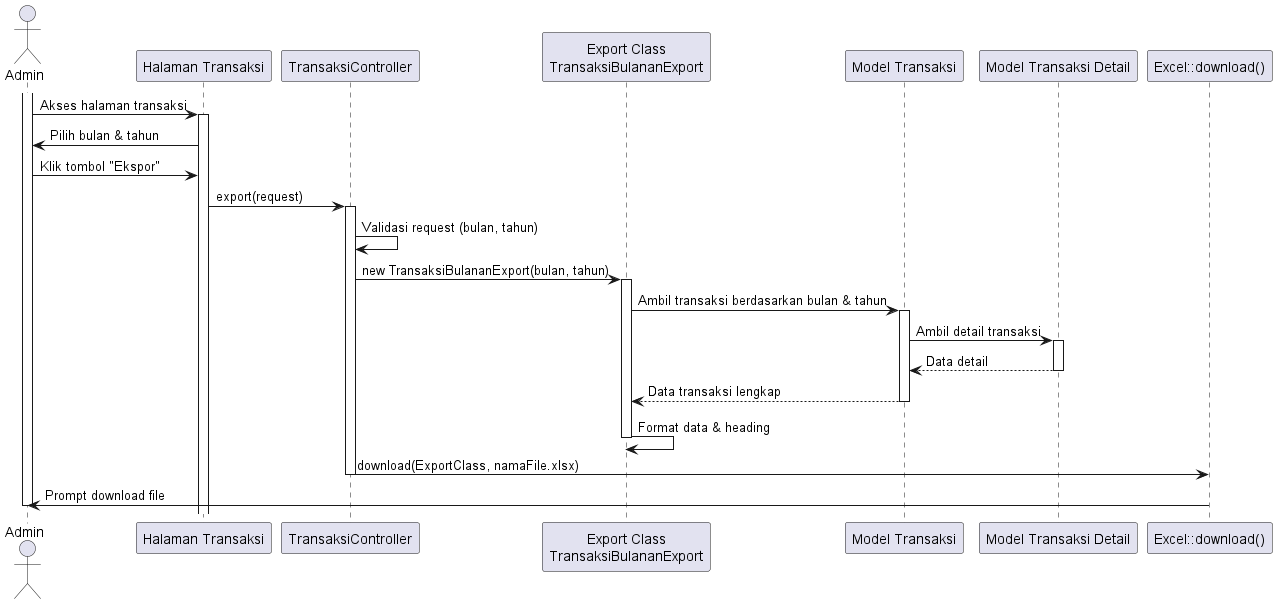
Before: out/sequence diagram/transaksi/mengekstrak_data_transaksi/mengekstrak_data_transaksi.png, a diagram exported from PlantUML (tengahcang/UML_TA). Source of this version:
```plantuml
@startuml
actor Admin

participant "Halaman Transaksi" as TransaksiPage
participant "TransaksiController" as TransaksiController
participant "Export Class\nTransaksiBulananExport" as ExportClass
participant "Model Transaksi" as TransaksiModel
participant "Model Transaksi Detail" as TransaksiDetailModel
participant "Excel::download()" as ExcelDownload

activate Admin
Admin -> TransaksiPage: Akses halaman transaksi
activate TransaksiPage

TransaksiPage -> Admin: Pilih bulan & tahun
Admin -> TransaksiPage: Klik tombol "Ekspor"

TransaksiPage -> TransaksiController: export(request)
activate TransaksiController

TransaksiController -> TransaksiController: Validasi request (bulan, tahun)

TransaksiController -> ExportClass: new TransaksiBulananExport(bulan, tahun)
activate ExportClass

ExportClass -> TransaksiModel: Ambil transaksi berdasarkan bulan & tahun
activate TransaksiModel

TransaksiModel -> TransaksiDetailModel: Ambil detail transaksi
activate TransaksiDetailModel

TransaksiDetailModel --> TransaksiModel: Data detail
deactivate TransaksiDetailModel

TransaksiModel --> ExportClass: Data transaksi lengkap
deactivate TransaksiModel

ExportClass -> ExportClass: Format data & heading
deactivate ExportClass

TransaksiController -> ExcelDownload: download(ExportClass, namaFile.xlsx)
deactivate TransaksiController

ExcelDownload -> Admin: Prompt download file
deactivate Admin
@enduml
```
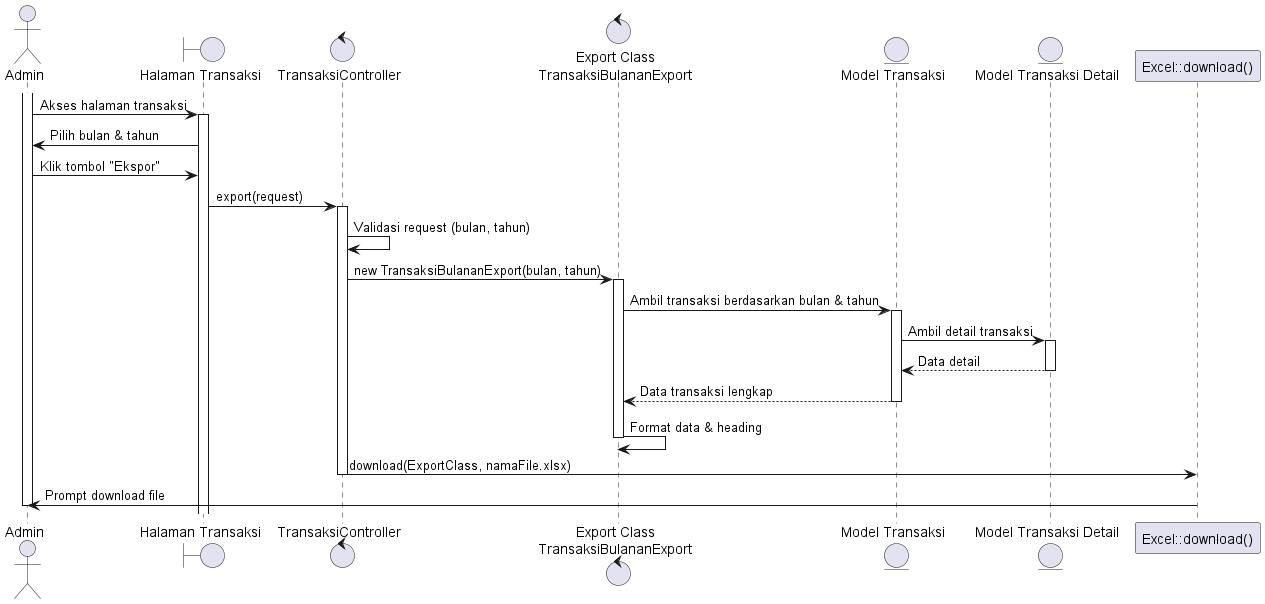
Above is the later version.

The edit, as a diff of the source:
```diff
@@ -1,11 +1,11 @@
 @startuml
 actor Admin
 
-participant "Halaman Transaksi" as TransaksiPage
-participant "TransaksiController" as TransaksiController
-participant "Export Class\nTransaksiBulananExport" as ExportClass
-participant "Model Transaksi" as TransaksiModel
-participant "Model Transaksi Detail" as TransaksiDetailModel
+boundary "Halaman Transaksi" as TransaksiPage
+control "TransaksiController" as TransaksiController
+control "Export Class\nTransaksiBulananExport" as ExportClass
+entity "Model Transaksi" as TransaksiModel
+entity "Model Transaksi Detail" as TransaksiDetailModel
 participant "Excel::download()" as ExcelDownload
 
 activate Admin
```
